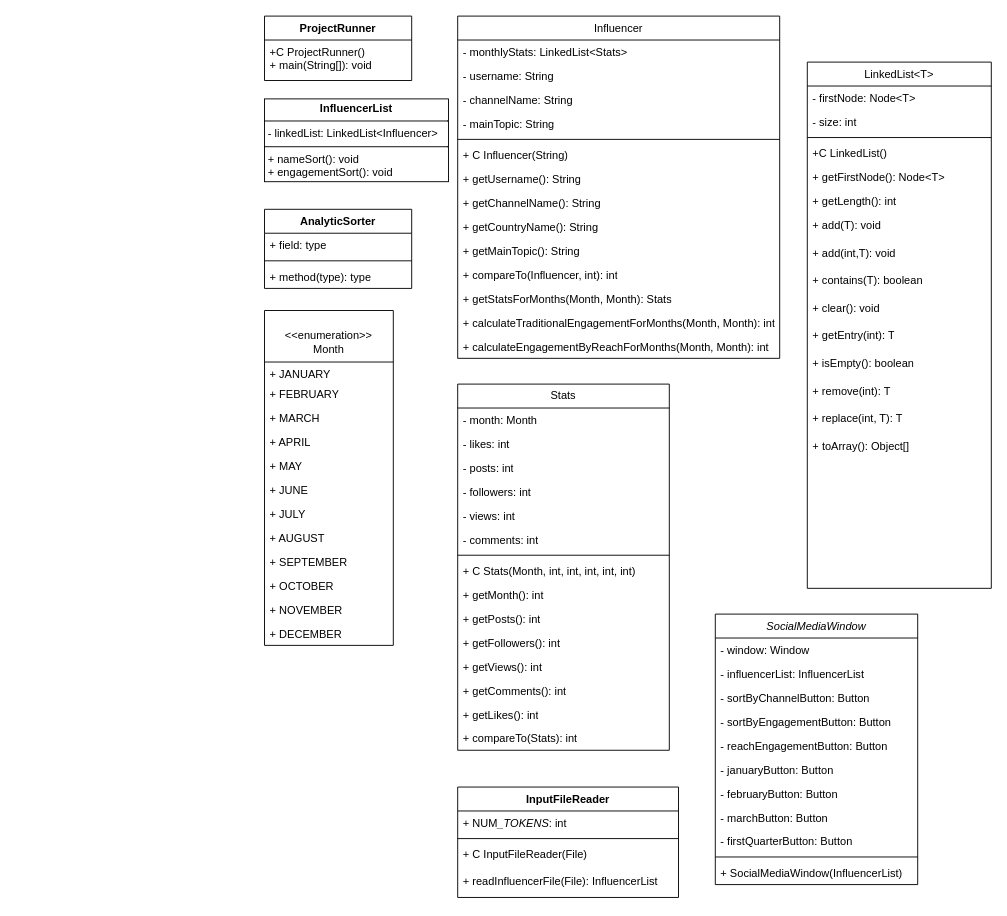
Above: Project5_UML.drawio in joshuap00/Prj5_UML (draw.io), before the change. Source tidied: cells renumbered, new cells numbered last; positions are measured from the earlier drawing's top-left corner, leaving out a move shared by most shapes. Both pictures are drawn from the tidied source at 92%, with x=0, y=0 at pixel (264, 16).
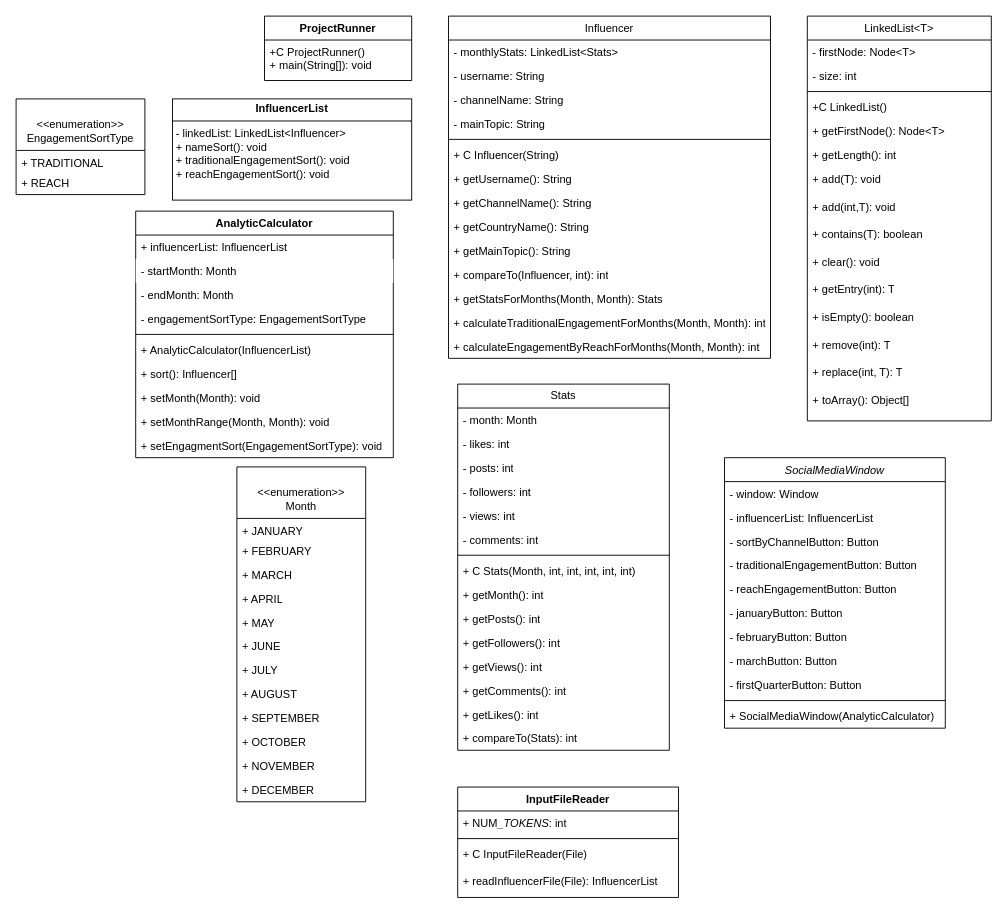
Above is the later version.

Diff of the diagram source:
```diff
@@
     <mxCell id="2" value="Influencer" style="swimlane;fontStyle=0;align=center;verticalAlign=top;horizontal=1;startSize=26;rounded=0;shadow=0;strokeWidth=1;" parent="1" vertex="1">
-      <mxGeometry x="210" width="350" height="372" as="geometry" />
+      <mxGeometry x="200" width="350" height="372" as="geometry" />
     </mxCell>
@@
     <mxCell id="17" value="LinkedList&lt;T&gt;" style="swimlane;fontStyle=0;align=center;verticalAlign=top;horizontal=1;startSize=26;rounded=0;shadow=0;strokeWidth=1;" parent="1" vertex="1">
-      <mxGeometry x="590" y="50" width="200" height="572" as="geometry" />
+      <mxGeometry x="590" width="200" height="440" as="geometry" />
     </mxCell>
@@
-    <mxCell id="33" value="&lt;p style=&quot;margin:0px;margin-top:4px;text-align:center;&quot;&gt;&lt;b&gt;InfluencerList&lt;/b&gt;&lt;/p&gt;&lt;hr size=&quot;1&quot; style=&quot;border-style:solid;&quot;&gt;&lt;p style=&quot;margin:0px;margin-left:4px;&quot;&gt;- linkedList: LinkedList&amp;lt;Influencer&amp;gt;&lt;/p&gt;&lt;hr size=&quot;1&quot; style=&quot;border-style:solid;&quot;&gt;&lt;p style=&quot;margin:0px;margin-left:4px;&quot;&gt;+ nameSort(): void&lt;/p&gt;&lt;p style=&quot;margin:0px;margin-left:4px;&quot;&gt;+ engagementSort(): void&lt;/p&gt;&lt;p style=&quot;margin:0px;margin-left:4px;&quot;&gt;&lt;br&gt;&lt;/p&gt;" style="verticalAlign=top;align=left;overflow=fill;html=1;whiteSpace=wrap;" parent="1" vertex="1">
-      <mxGeometry y="90" width="200" height="90" as="geometry" />
+    <mxCell id="33" value="&lt;p style=&quot;margin:0px;margin-top:4px;text-align:center;&quot;&gt;&lt;b&gt;InfluencerList&lt;/b&gt;&lt;/p&gt;&lt;hr size=&quot;1&quot; style=&quot;border-style:solid;&quot;&gt;&lt;p style=&quot;margin:0px;margin-left:4px;&quot;&gt;- linkedList: LinkedList&amp;lt;Influencer&amp;gt;&lt;/p&gt;&lt;p style=&quot;margin:0px;margin-left:4px;&quot;&gt;&lt;/p&gt;&lt;p style=&quot;margin:0px;margin-left:4px;&quot;&gt;+ nameSort(): void&lt;/p&gt;&lt;p style=&quot;margin:0px;margin-left:4px;&quot;&gt;+ traditionalEngagementSort(): void&lt;/p&gt;&lt;p style=&quot;margin:0px;margin-left:4px;&quot;&gt;+ reachEngagementSort(): void&lt;/p&gt;&lt;p style=&quot;margin:0px;margin-left:4px;&quot;&gt;&lt;br&gt;&lt;/p&gt;" style="verticalAlign=top;align=left;overflow=fill;html=1;whiteSpace=wrap;" parent="1" vertex="1">
+      <mxGeometry x="-100" y="90" width="260" height="110" as="geometry" />
     </mxCell>
@@
     <mxCell id="38" value="&lt;div&gt;&lt;br&gt;&lt;/div&gt;&lt;div&gt;&amp;lt;&amp;lt;enumeration&amp;gt;&amp;gt;&lt;/div&gt;Month" style="swimlane;fontStyle=0;horizontal=1;startSize=56;fillColor=none;whiteSpace=wrap;html=1;" parent="1" vertex="1">
-      <mxGeometry y="320" width="140" height="364" as="geometry" />
+      <mxGeometry x="-30" y="490" width="140" height="364" as="geometry" />
     </mxCell>
@@
-    <mxCell id="51" value="AnalyticSorter" style="swimlane;fontStyle=1;align=center;verticalAlign=top;horizontal=1;startSize=26;whiteSpace=wrap;html=1;" parent="1" vertex="1">
-      <mxGeometry y="210" width="160" height="86" as="geometry" />
+    <mxCell id="51" value="AnalyticCalculator" style="swimlane;fontStyle=1;align=center;verticalAlign=top;horizontal=1;startSize=26;whiteSpace=wrap;html=1;" parent="1" vertex="1">
+      <mxGeometry x="-140" y="212" width="280" height="268" as="geometry" />
     </mxCell>
-    <mxCell id="52" value="+ field: type" style="text;strokeColor=none;fillColor=none;align=left;verticalAlign=top;spacingLeft=4;spacingRight=4;overflow=hidden;whiteSpace=wrap;html=1;" parent="51" vertex="1">
-      <mxGeometry y="26" width="160" height="26" as="geometry" />
+    <mxCell id="52" value="+ influencerList: InfluencerList" style="text;strokeColor=none;fillColor=none;align=left;verticalAlign=top;spacingLeft=4;spacingRight=4;overflow=hidden;whiteSpace=wrap;html=1;" parent="51" vertex="1">
+      <mxGeometry y="26" width="280" height="26" as="geometry" />
     </mxCell>
+    <mxCell id="85" value="- startMonth: Month" style="text;strokeColor=none;fillColor=default;align=left;verticalAlign=top;spacingLeft=4;spacingRight=4;overflow=hidden;whiteSpace=wrap;html=1;" parent="51" vertex="1">
+      <mxGeometry y="52" width="280" height="26" as="geometry" />
+    </mxCell>
+    <mxCell id="86" value="- endMonth: Month" style="text;strokeColor=none;fillColor=none;align=left;verticalAlign=top;spacingLeft=4;spacingRight=4;overflow=hidden;whiteSpace=wrap;html=1;" parent="51" vertex="1">
+      <mxGeometry y="78" width="280" height="26" as="geometry" />
+    </mxCell>
+    <mxCell id="87" value="- engagementSortType: EngagementSortType&lt;div&gt;&lt;br&gt;&lt;/div&gt;" style="text;strokeColor=none;fillColor=none;align=left;verticalAlign=top;spacingLeft=4;spacingRight=4;overflow=hidden;whiteSpace=wrap;html=1;" parent="51" vertex="1">
+      <mxGeometry y="104" width="280" height="26" as="geometry" />
+    </mxCell>
     <mxCell id="53" style="line;strokeWidth=1;fillColor=none;align=left;verticalAlign=middle;spacingTop=-1;spacingLeft=3;spacingRight=3;labelPosition=right;strokeColor=inherit;" parent="51" vertex="1">
-      <mxGeometry y="52" width="160" height="8" as="geometry" />
+      <mxGeometry y="130" width="280" height="8" as="geometry" />
     </mxCell>
-    <mxCell id="54" value="+ method(type): type" style="text;strokeColor=none;fillColor=none;align=left;verticalAlign=top;spacingLeft=4;spacingRight=4;overflow=hidden;whiteSpace=wrap;html=1;" parent="51" vertex="1">
-      <mxGeometry y="60" width="160" height="26" as="geometry" />
+    <mxCell id="54" value="+ AnalyticCalculator(InfluencerList)" style="text;strokeColor=none;fillColor=none;align=left;verticalAlign=top;spacingLeft=4;spacingRight=4;overflow=hidden;whiteSpace=wrap;html=1;" parent="51" vertex="1">
+      <mxGeometry y="138" width="280" height="26" as="geometry" />
     </mxCell>
+    <mxCell id="88" value="+ sort(): Influencer[]" style="text;strokeColor=none;fillColor=none;align=left;verticalAlign=top;spacingLeft=4;spacingRight=4;overflow=hidden;whiteSpace=wrap;html=1;" parent="51" vertex="1">
+      <mxGeometry y="164" width="280" height="26" as="geometry" />
+    </mxCell>
+    <mxCell id="89" value="+ setMonth(Month): void" style="text;strokeColor=none;fillColor=none;align=left;verticalAlign=top;spacingLeft=4;spacingRight=4;overflow=hidden;whiteSpace=wrap;html=1;" parent="51" vertex="1">
+      <mxGeometry y="190" width="280" height="26" as="geometry" />
+    </mxCell>
+    <mxCell id="90" value="+ setMonthRange(Month, Month): void" style="text;strokeColor=none;fillColor=none;align=left;verticalAlign=top;spacingLeft=4;spacingRight=4;overflow=hidden;whiteSpace=wrap;html=1;" parent="51" vertex="1">
+      <mxGeometry y="216" width="280" height="26" as="geometry" />
+    </mxCell>
+    <mxCell id="91" value="+ setEngagmentSort(EngagementSortType): void" style="text;strokeColor=none;fillColor=none;align=left;verticalAlign=top;spacingLeft=4;spacingRight=4;overflow=hidden;whiteSpace=wrap;html=1;" parent="51" vertex="1">
+      <mxGeometry y="242" width="280" height="26" as="geometry" />
+    </mxCell>
@@
     <mxCell id="73" value="SocialMediaWindow" style="swimlane;fontStyle=2;align=center;verticalAlign=top;horizontal=1;startSize=26;rounded=0;shadow=0;strokeWidth=1;" parent="1" vertex="1">
-      <mxGeometry x="490" y="650" width="220" height="294" as="geometry" />
+      <mxGeometry x="500" y="480" width="240" height="294" as="geometry" />
     </mxCell>
     <mxCell id="74" value="- window: Window" style="text;align=left;verticalAlign=top;spacingLeft=4;spacingRight=4;overflow=hidden;" parent="73" vertex="1">
-      <mxGeometry y="26" width="220" height="26" as="geometry" />
+      <mxGeometry y="26" width="240" height="26" as="geometry" />
     </mxCell>
     <mxCell id="75" value="- influencerList: InfluencerList" style="text;align=left;verticalAlign=top;spacingLeft=4;spacingRight=4;overflow=hidden;" parent="73" vertex="1">
-      <mxGeometry y="52" width="220" height="26" as="geometry" />
+      <mxGeometry y="52" width="240" height="26" as="geometry" />
     </mxCell>
     <mxCell id="76" value="- sortByChannelButton: Button" style="text;align=left;verticalAlign=top;spacingLeft=4;spacingRight=4;overflow=hidden;" parent="73" vertex="1">
-      <mxGeometry y="78" width="220" height="26" as="geometry" />
+      <mxGeometry y="78" width="240" height="26" as="geometry" />
     </mxCell>
-    <mxCell id="77" value="- sortByEngagementButton: Button" style="text;align=left;verticalAlign=top;spacingLeft=4;spacingRight=4;overflow=hidden;" parent="73" vertex="1">
-      <mxGeometry y="104" width="220" height="26" as="geometry" />
+    <mxCell id="77" value="- traditionalEngagementButton: Button" style="text;align=left;verticalAlign=top;spacingLeft=4;spacingRight=4;overflow=hidden;" parent="73" vertex="1">
+      <mxGeometry y="104" width="240" height="26" as="geometry" />
     </mxCell>
     <mxCell id="78" value="- reachEngagementButton: Button" style="text;align=left;verticalAlign=top;spacingLeft=4;spacingRight=4;overflow=hidden;" parent="73" vertex="1">
-      <mxGeometry y="130" width="220" height="26" as="geometry" />
+      <mxGeometry y="130" width="240" height="26" as="geometry" />
     </mxCell>
     <mxCell id="79" value="- januaryButton: Button" style="text;align=left;verticalAlign=top;spacingLeft=4;spacingRight=4;overflow=hidden;" parent="73" vertex="1">
-      <mxGeometry y="156" width="220" height="26" as="geometry" />
+      <mxGeometry y="156" width="240" height="26" as="geometry" />
     </mxCell>
     <mxCell id="80" value="- februaryButton: Button" style="text;align=left;verticalAlign=top;spacingLeft=4;spacingRight=4;overflow=hidden;" parent="73" vertex="1">
-      <mxGeometry y="182" width="220" height="26" as="geometry" />
+      <mxGeometry y="182" width="240" height="26" as="geometry" />
     </mxCell>
     <mxCell id="81" value="- marchButton: Button" style="text;align=left;verticalAlign=top;spacingLeft=4;spacingRight=4;overflow=hidden;" parent="73" vertex="1">
-      <mxGeometry y="208" width="220" height="26" as="geometry" />
+      <mxGeometry y="208" width="240" height="26" as="geometry" />
     </mxCell>
     <mxCell id="82" value="- firstQuarterButton: Button" style="text;align=left;verticalAlign=top;spacingLeft=4;spacingRight=4;overflow=hidden;" parent="73" vertex="1">
-      <mxGeometry y="234" width="220" height="26" as="geometry" />
+      <mxGeometry y="234" width="240" height="26" as="geometry" />
     </mxCell>
     <mxCell id="83" style="line;html=1;strokeWidth=1;align=left;verticalAlign=middle;spacingTop=-1;spacingLeft=3;spacingRight=3;labelPosition=right;" parent="73" vertex="1">
-      <mxGeometry y="260" width="220" height="8" as="geometry" />
+      <mxGeometry y="260" width="240" height="8" as="geometry" />
     </mxCell>
-    <mxCell id="84" value="+ SocialMediaWindow(InfluencerList)" style="text;align=left;verticalAlign=top;spacingLeft=4;spacingRight=4;overflow=hidden;" parent="73" vertex="1">
-      <mxGeometry y="268" width="220" height="26" as="geometry" />
+    <mxCell id="84" value="+ SocialMediaWindow(AnalyticCalculator)" style="text;align=left;verticalAlign=top;spacingLeft=4;spacingRight=4;overflow=hidden;" parent="73" vertex="1">
+      <mxGeometry y="268" width="240" height="26" as="geometry" />
     </mxCell>
+    <mxCell id="92" value="&lt;div&gt;&lt;br&gt;&lt;/div&gt;&lt;div&gt;&amp;lt;&amp;lt;enumeration&amp;gt;&amp;gt;&lt;/div&gt;EngagementSortType" style="swimlane;fontStyle=0;horizontal=1;startSize=56;fillColor=none;whiteSpace=wrap;html=1;" parent="1" vertex="1">
+      <mxGeometry x="-270" y="90" width="140" height="104" as="geometry" />
+    </mxCell>
+    <mxCell id="93" value="+ TRADITIONAL" style="text;strokeColor=none;fillColor=none;align=left;verticalAlign=top;spacingLeft=4;spacingRight=4;overflow=hidden;whiteSpace=wrap;html=1;" parent="92" vertex="1">
+      <mxGeometry y="56" width="140" height="22" as="geometry" />
+    </mxCell>
+    <mxCell id="94" value="+ REACH" style="text;strokeColor=none;fillColor=none;align=left;verticalAlign=top;spacingLeft=4;spacingRight=4;overflow=hidden;whiteSpace=wrap;html=1;" parent="92" vertex="1">
+      <mxGeometry y="78" width="140" height="26" as="geometry" />
+    </mxCell>
```
